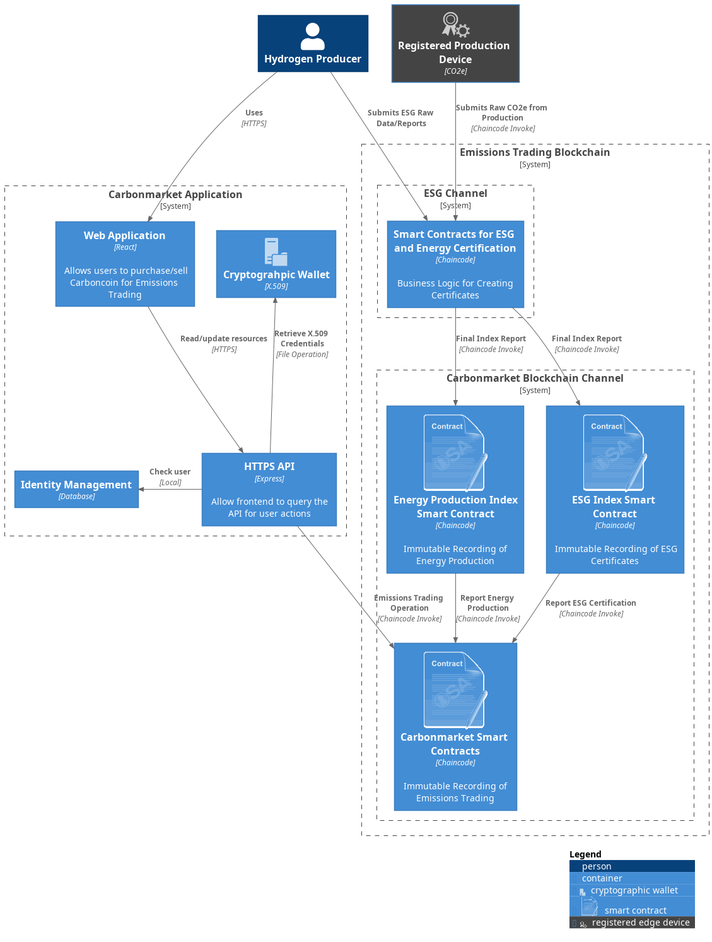
The PlantUML diagram diagrams/out/architecture/architecture.png in oscargolding/Carboncoin-ESG, before a commit. Its diagram source:
```plantuml
@startuml architecture
!include https://raw.githubusercontent.com/plantuml-stdlib/C4-PlantUML/master/C4_Container.puml

!include <office/Servers/file_server>
!include <osa/contract/contract>
!include <office/Security/token_service>


AddContainerTag("files", $sprite="file_server", $legendText="cryptographic wallet")
AddContainerTag("contract", $sprite="contract", $legendText="smart contract")
AddContainerTag("edge",$sprite="token_service", $legendText="registered edge device", $bgColor="#444444")

Person(admin, "Hydrogen Producer")
Container(edge, "Registered Production Device", "CO2e", $tags="edge")
System_Boundary(c1, "Carbonmarket Application") {
    Container(web_app, "Web Application", "React", "Allows users to purchase/sell Carboncoin for Emissions Trading")
    Container(api, "HTTPS API", "Express", "Allow frontend to query the API for user actions")
    Container(wallet, "Cryptograhpic Wallet", "X.509", $tags="files")
    Container(credentials, "Identity Management", "Database")
}
System_Boundary(blockchain, "Emissions Trading Blockchain") {
    System_Boundary(market_channel, "Carbonmarket Blockchain Channel") {
        Container(cmsc, "Carbonmarket Smart Contracts", "Chaincode", "Immutable Recording of Emissions Trading", $tags="contract")
        Container(cmec, "Energy Production Index Smart Contract", "Chaincode", "Immutable Recording of Energy Production", $tags="contract")
        Container(cmesg, "ESG Index Smart Contract", "Chaincode", "Immutable Recording of ESG Certificates", $tags="contract")
    }
    System_Boundary(certification, "ESG Channel") {
        Container(cc, "Smart Contracts for ESG and Energy Certification", "Chaincode", "Business Logic for Creating Certificates")
    }
}


Rel(admin, web_app, "Uses", "HTTPS")
Rel(admin, cc, "Submits ESG Raw Data/Reports")
Rel(web_app, api, "Read/update resources", "HTTPS")
Rel_L(api, credentials, "Check user", "Local")
Rel(cmec, cmsc, "Report Energy Production", "Chaincode Invoke")
Rel(cmesg, cmsc, "Report ESG Certification", "Chaincode Invoke")
Rel(api, cmsc, "Emissions Trading Operation", "Chaincode Invoke")
Rel_U(api, wallet, "Retrieve X.509 Credentials", "File Operation")
Rel(cc, cmec, "Final Index Report", "Chaincode Invoke")
Rel(cc, cmesg, "Final Index Report", "Chaincode Invoke")
Rel(edge, cc, "Submits Raw CO2e from Production", "Chaincode Invoke")

SHOW_LEGEND()
@enduml
```
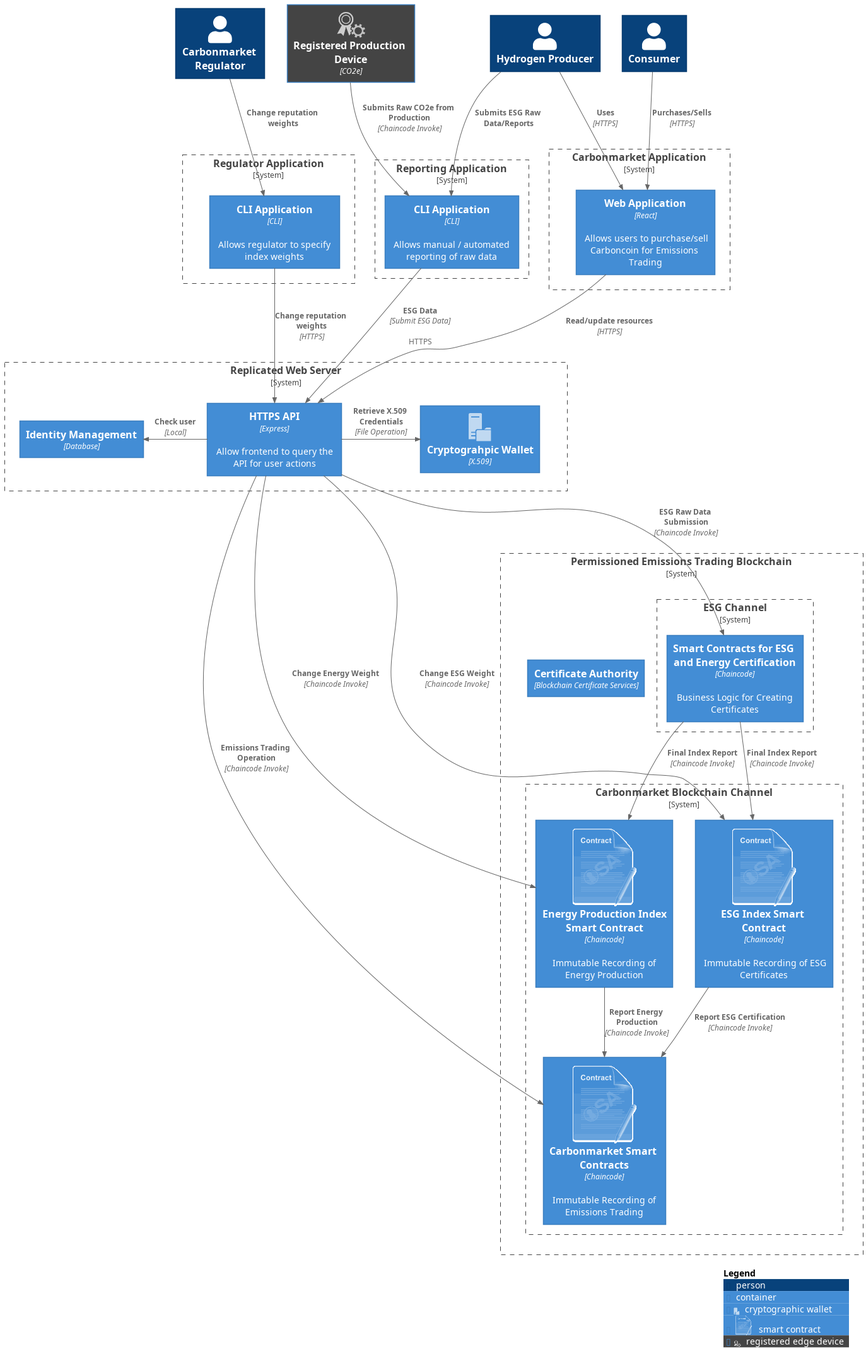
The same file after the commit.

The edit, as a diff of the source:
```diff
@@ -11,14 +11,24 @@
 AddContainerTag("edge",$sprite="token_service", $legendText="registered edge device", $bgColor="#444444")
 
 Person(admin, "Hydrogen Producer")
+Person(regulator, "Carbonmarket Regulator")
+Person(consumer, "Consumer")
 Container(edge, "Registered Production Device", "CO2e", $tags="edge")
 System_Boundary(c1, "Carbonmarket Application") {
     Container(web_app, "Web Application", "React", "Allows users to purchase/sell Carboncoin for Emissions Trading")
+}
+System_Boundary(cli, "Regulator Application") {
+    Container(cli_app, "CLI Application", "CLI", "Allows regulator to specify index weights")
+}
+System_Boundary(cli_reporting, "Reporting Application") {
+    Container(cli_r_app, "CLI Application", "CLI", "Allows manual / automated reporting of raw data")
+}
+System_Boundary(web_server, "Replicated Web Server") {
     Container(api, "HTTPS API", "Express", "Allow frontend to query the API for user actions")
     Container(wallet, "Cryptograhpic Wallet", "X.509", $tags="files")
     Container(credentials, "Identity Management", "Database")
 }
-System_Boundary(blockchain, "Emissions Trading Blockchain") {
+System_Boundary(blockchain, "Permissioned Emissions Trading Blockchain") {
     System_Boundary(market_channel, "Carbonmarket Blockchain Channel") {
         Container(cmsc, "Carbonmarket Smart Contracts", "Chaincode", "Immutable Recording of Emissions Trading", $tags="contract")
         Container(cmec, "Energy Production Index Smart Contract", "Chaincode", "Immutable Recording of Energy Production", $tags="contract")
@@ -27,20 +37,41 @@
     System_Boundary(certification, "ESG Channel") {
         Container(cc, "Smart Contracts for ESG and Energy Certification", "Chaincode", "Business Logic for Creating Certificates")
     }
+    Container(c_auth, "Certificate Authority", "Blockchain Certificate Services")
 }
 
+Lay_D(admin, c1)
+Lay_D(regulator, cli)
+Lay_R(regulator, edge)
+Lay_D(c1, web_server)
+Lay_D(cli, web_server)
+Lay_L(c1, cli)
+Lay_D(web_server, blockchain)
 
+
+Rel(consumer, web_app, "Purchases/Sells", "HTTPS")
 Rel(admin, web_app, "Uses", "HTTPS")
-Rel(admin, cc, "Submits ESG Raw Data/Reports")
-Rel(web_app, api, "Read/update resources", "HTTPS")
+Rel(admin, cli_r_app, "Submits ESG Raw Data/Reports")
+Rel(regulator, cli_app, "Change reputation weights")
+
+Rel(edge, cli_r_app, "Submits Raw CO2e from Production", "Chaincode Invoke")
+
+Rel_D(web_app, api, "Read/update resources", "HTTPS")
+
+Rel_D(cli_app, api, "Change reputation weights", "HTTPS")
+
 Rel_L(api, credentials, "Check user", "Local")
+Rel_R(api, wallet, "Retrieve X.509 Credentials", "File Operation")
+
+Rel(cli_r_app, api, "ESG Data", "Submit ESG Data", "HTTPS")
+Rel(api, cc, "ESG Raw Data Submission", "Chaincode Invoke")
 Rel(cmec, cmsc, "Report Energy Production", "Chaincode Invoke")
 Rel(cmesg, cmsc, "Report ESG Certification", "Chaincode Invoke")
 Rel(api, cmsc, "Emissions Trading Operation", "Chaincode Invoke")
-Rel_U(api, wallet, "Retrieve X.509 Credentials", "File Operation")
+Rel(api, cmec, "Change Energy Weight", "Chaincode Invoke")
+Rel(api, cmesg, "Change ESG Weight", "Chaincode Invoke")
 Rel(cc, cmec, "Final Index Report", "Chaincode Invoke")
 Rel(cc, cmesg, "Final Index Report", "Chaincode Invoke")
-Rel(edge, cc, "Submits Raw CO2e from Production", "Chaincode Invoke")
 
 SHOW_LEGEND()
 @enduml
```
